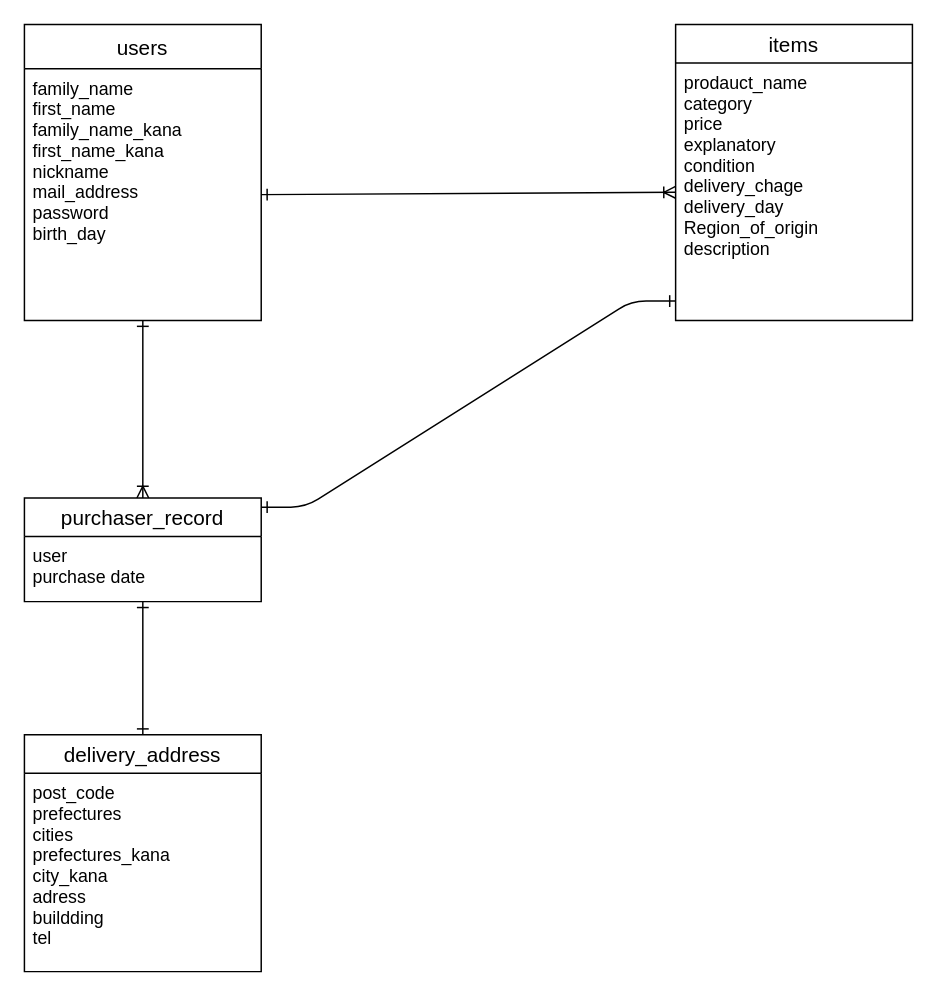
Above: ER図.dio in IIZUKA-JP/furima-39063 (draw.io), before the change. Source tidied: cells renumbered, new cells numbered last; positions are measured from the earlier drawing's top-left corner, leaving out a move shared by most shapes. Both pictures are drawn from the tidied source at 148%, with x=0, y=0 at pixel (24, 24).
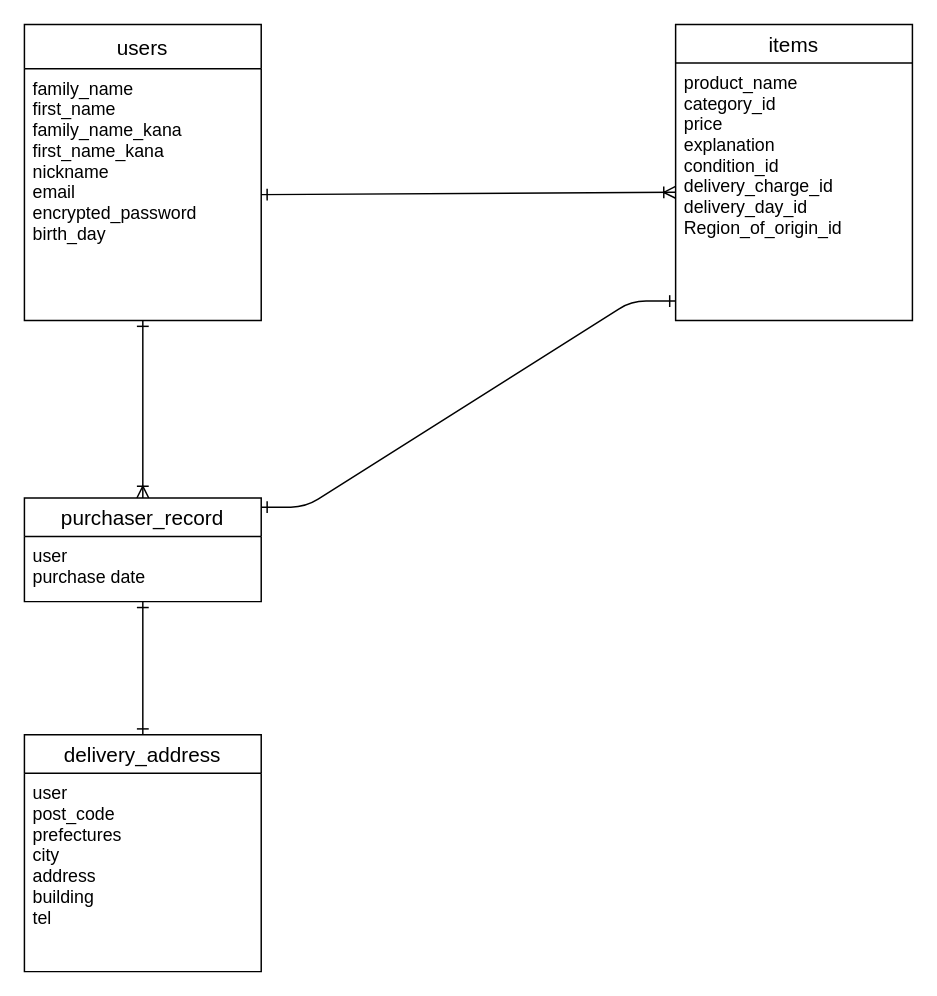
The same page after the edit.

Change to the diagram source:
```diff
@@
 <mxGraphModel>
   <root>
     <mxCell id="0" />
     <mxCell id="1" parent="0" />
     <mxCell id="2" style="edgeStyle=none;html=1;entryX=0.5;entryY=0;entryDx=0;entryDy=0;startArrow=ERone;startFill=0;endArrow=ERoneToMany;endFill=0;" parent="1" edge="1" source="3" target="11">
       <mxGeometry relative="1" as="geometry" />
     </mxCell>
     <mxCell id="3" value="users" style="swimlane;fontStyle=0;horizontal=1;startSize=30;align=center;fontSize=14;" parent="1" vertex="1">
       <mxGeometry width="160" height="200" as="geometry" />
     </mxCell>
-    <mxCell id="4" value="family_name&#10;first_name&#10;family_name_kana&#10;first_name_kana&#10;nickname&#10;mail_address&#10;password&#10;birth_day" style="text;strokeColor=none;fillColor=none;spacingLeft=4;spacingRight=4;overflow=hidden;points=[[0,0.5],[1,0.5]];portConstraint=eastwest;fontSize=12;" parent="3" vertex="1">
+    <mxCell id="4" value="family_name&#10;first_name &#10;family_name_kana&#10;first_name_kana&#10;nickname &#10;email&#10;encrypted_password&#10;birth_day" style="text;strokeColor=none;fillColor=none;spacingLeft=4;spacingRight=4;overflow=hidden;points=[[0,0.5],[1,0.5]];portConstraint=eastwest;fontSize=12;" parent="3" vertex="1">
       <mxGeometry y="30" width="160" height="170" as="geometry" />
     </mxCell>
     <mxCell id="5" value="items" style="swimlane;fontStyle=0;horizontal=1;startSize=26;align=center;fontSize=14;" parent="1" vertex="1">
       <mxGeometry x="440" width="160" height="200" as="geometry" />
     </mxCell>
-    <mxCell id="6" value="prodauct_name&#10;category&#10;price&#10;explanatory&#10;condition&#10;delivery_chage&#10;delivery_day&#10;Region_of_origin&#10;description&#10;" style="text;strokeColor=none;fillColor=none;spacingLeft=4;spacingRight=4;overflow=hidden;points=[[0,0.5],[1,0.5]];portConstraint=eastwest;fontSize=12;" parent="5" vertex="1">
+    <mxCell id="6" value="product_name&#10;category_id&#10;price&#10;explanation&#10;condition_id&#10;delivery_charge_id&#10;delivery_day_id&#10;Region_of_origin_id" style="text;strokeColor=none;fillColor=none;spacingLeft=4;spacingRight=4;overflow=hidden;points=[[0,0.5],[1,0.5]];portConstraint=eastwest;fontSize=12;" parent="5" vertex="1">
       <mxGeometry y="26" width="160" height="174" as="geometry" />
     </mxCell>
     <mxCell id="7" value="delivery_address" style="swimlane;fontStyle=0;horizontal=1;startSize=26;align=center;fontSize=14;" parent="1" vertex="1">
       <mxGeometry y="480" width="160" height="160" as="geometry" />
     </mxCell>
-    <mxCell id="8" value="post_code&#10;prefectures&#10;cities&#10;prefectures_kana&#10;city_kana&#10;adress&#10;buildding&#10;tel&#10;" style="text;strokeColor=none;fillColor=none;spacingLeft=4;spacingRight=4;overflow=hidden;fontSize=12;" parent="7" vertex="1">
+    <mxCell id="8" value="user&#10;post_code&#10;prefectures&#10;city&#10;address&#10;building&#10;tel   " style="text;strokeColor=none;fillColor=none;spacingLeft=4;spacingRight=4;overflow=hidden;fontSize=12;" parent="7" vertex="1">
       <mxGeometry y="26" width="160" height="134" as="geometry" />
     </mxCell>
     <mxCell id="9" style="edgeStyle=none;html=1;exitX=1;exitY=0.5;exitDx=0;exitDy=0;endArrow=ERoneToMany;endFill=0;startArrow=ERone;startFill=0;" parent="1" edge="1" source="4" target="6">
       <mxGeometry relative="1" as="geometry" />
     </mxCell>
     <mxCell id="10" style="edgeStyle=none;html=1;startArrow=ERone;startFill=0;endArrow=ERone;endFill=0;" parent="1" edge="1" source="11">
       <mxGeometry relative="1" as="geometry">
         <mxPoint x="80" y="480" as="targetPoint" />
       </mxGeometry>
     </mxCell>
     <mxCell id="11" value="purchaser_record" style="swimlane;fontStyle=0;horizontal=1;startSize=26;align=center;fontSize=14;" parent="1" vertex="1">
       <mxGeometry y="320" width="160" height="70" as="geometry" />
     </mxCell>
     <mxCell id="12" value="user&#10;purchase date" style="text;strokeColor=none;fillColor=none;spacingLeft=4;spacingRight=4;overflow=hidden;fontSize=12;" parent="11" vertex="1">
       <mxGeometry y="26" width="160" height="44" as="geometry" />
     </mxCell>
     <mxCell id="13" style="edgeStyle=entityRelationEdgeStyle;fontSize=12;html=1;endArrow=ERone;endFill=1;entryX=0;entryY=0.925;entryDx=0;entryDy=0;entryPerimeter=0;exitX=1;exitY=0.088;exitDx=0;exitDy=0;startArrow=ERone;startFill=0;exitPerimeter=0;" parent="1" edge="1" source="11" target="6">
       <mxGeometry relative="1" as="geometry" />
     </mxCell>
   </root>
 </mxGraphModel>
```
